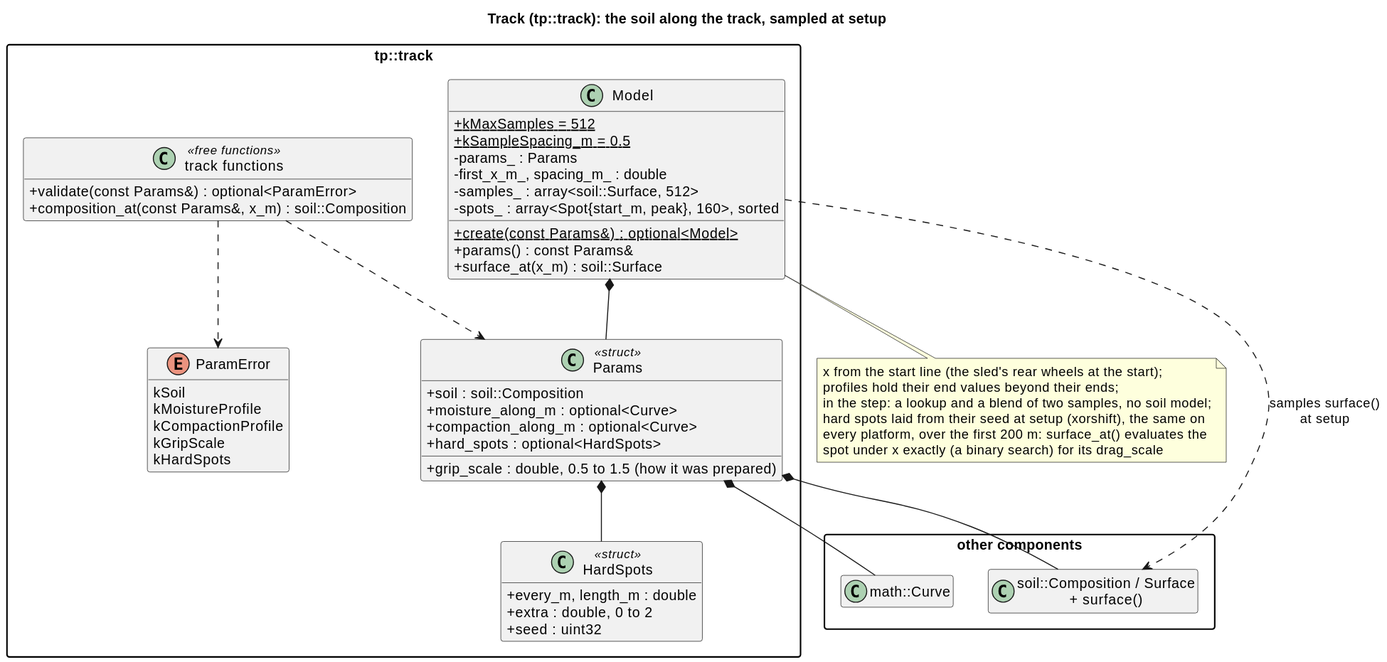
Before: docs/diagrams/svg/track_classes.svg, a diagram exported from PlantUML (wversteeg/TractorPulling). Its diagram source:
```plantuml
@startuml
title Track (tp::track): the soil along the track, sampled at setup
hide empty members
skinparam packageStyle rectangle
skinparam classAttributeIconSize 0

package "other components" {
  class "soil::Composition / Surface\n+ surface()" as Soil
  class "math::Curve" as Curve
}

package "tp::track" {
  class Params <<struct>> {
    +soil : soil::Composition
    +moisture_along_m : optional<Curve>
    +compaction_along_m : optional<Curve>
    +grip_scale : double, 0.5 to 1.5 (how it was prepared)
    +hard_spots : optional<HardSpots>
  }
  class HardSpots <<struct>> {
    +every_m, length_m : double
    +extra : double, 0 to 2
    +seed : uint32
  }
  class Model {
    +{static} kMaxSamples = 512
    +{static} kSampleSpacing_m = 0.5
    -params_ : Params
    -first_x_m_, spacing_m_ : double
    -samples_ : array<soil::Surface, 512>
    -spots_ : array<Spot{start_m, peak}, 160>, sorted
    +{static} create(const Params&) : optional<Model>
    +params() : const Params&
    +surface_at(x_m) : soil::Surface
  }
  enum ParamError {
    kSoil
    kMoistureProfile
    kCompactionProfile
    kGripScale
    kHardSpots
  }
  class "track functions" as TrackFns <<free functions>> {
    +validate(const Params&) : optional<ParamError>
    +composition_at(const Params&, x_m) : soil::Composition
  }
  Model *-- Params
  Params *-- HardSpots
  TrackFns ..> Params
  TrackFns ..> ParamError
}
Params *-- Curve
Params *-- Soil
Model ..> Soil : samples surface()\nat setup
note bottom of Model
  x from the start line (the sled's rear wheels at the start);
  profiles hold their end values beyond their ends;
  in the step: a lookup and a blend of two samples, no soil model;
  hard spots laid from their seed at setup (xorshift), the same on
  every platform, over the first 200 m: surface_at() evaluates the
  spot under x exactly (a binary search) for its drag_scale
end note
@enduml
```
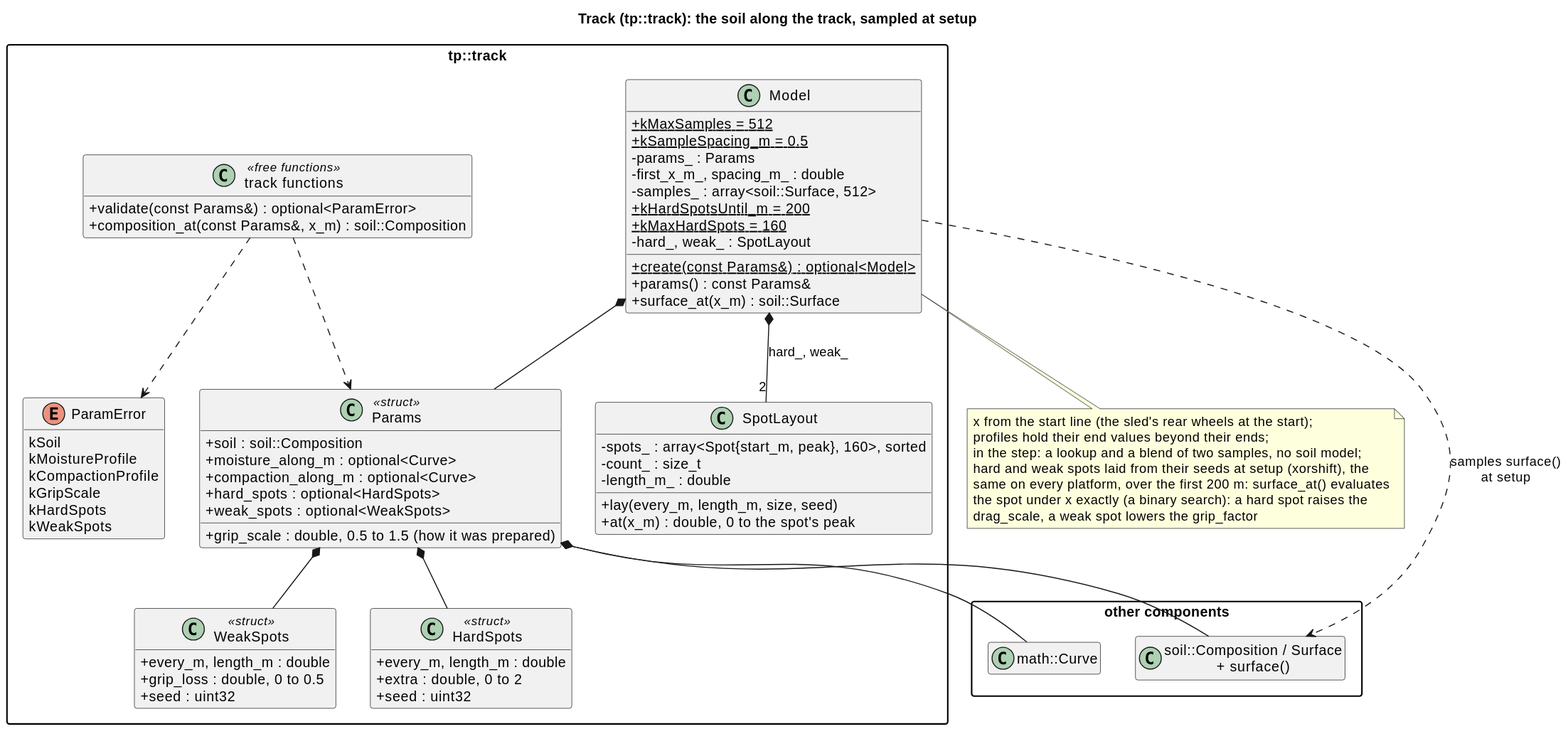
After the change.

The edit, as a diff of the source:
```diff
@@ -16,11 +16,24 @@
     +compaction_along_m : optional<Curve>
     +grip_scale : double, 0.5 to 1.5 (how it was prepared)
     +hard_spots : optional<HardSpots>
+    +weak_spots : optional<WeakSpots>
   }
   class HardSpots <<struct>> {
     +every_m, length_m : double
     +extra : double, 0 to 2
     +seed : uint32
+  }
+  class WeakSpots <<struct>> {
+    +every_m, length_m : double
+    +grip_loss : double, 0 to 0.5
+    +seed : uint32
+  }
+  class SpotLayout {
+    -spots_ : array<Spot{start_m, peak}, 160>, sorted
+    -count_ : size_t
+    -length_m_ : double
+    +lay(every_m, length_m, size, seed)
+    +at(x_m) : double, 0 to the spot's peak
   }
   class Model {
     +{static} kMaxSamples = 512
@@ -28,7 +41,9 @@
     -params_ : Params
     -first_x_m_, spacing_m_ : double
     -samples_ : array<soil::Surface, 512>
-    -spots_ : array<Spot{start_m, peak}, 160>, sorted
+    +{static} kHardSpotsUntil_m = 200
+    +{static} kMaxHardSpots = 160
+    -hard_, weak_ : SpotLayout
     +{static} create(const Params&) : optional<Model>
     +params() : const Params&
     +surface_at(x_m) : soil::Surface
@@ -39,6 +54,7 @@
     kCompactionProfile
     kGripScale
     kHardSpots
+    kWeakSpots
   }
   class "track functions" as TrackFns <<free functions>> {
     +validate(const Params&) : optional<ParamError>
@@ -46,6 +62,8 @@
   }
   Model *-- Params
   Params *-- HardSpots
+  Params *-- WeakSpots
+  Model *-- "2" SpotLayout : hard_, weak_
   TrackFns ..> Params
   TrackFns ..> ParamError
 }
@@ -56,8 +74,9 @@
   x from the start line (the sled's rear wheels at the start);
   profiles hold their end values beyond their ends;
   in the step: a lookup and a blend of two samples, no soil model;
-  hard spots laid from their seed at setup (xorshift), the same on
-  every platform, over the first 200 m: surface_at() evaluates the
-  spot under x exactly (a binary search) for its drag_scale
+  hard and weak spots laid from their seeds at setup (xorshift), the
+  same on every platform, over the first 200 m: surface_at() evaluates
+  the spot under x exactly (a binary search): a hard spot raises the
+  drag_scale, a weak spot lowers the grip_factor
 end note
 @enduml
```
